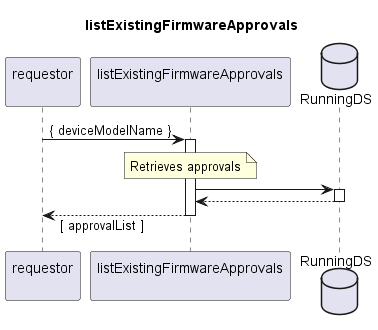
This is spec/Services/listExistingFirmwareApprovals/1.0.0/listExistingFirmwareApprovals.png from openBackhaul/FirmWareManager, a PlantUML export, as it was before one commit.
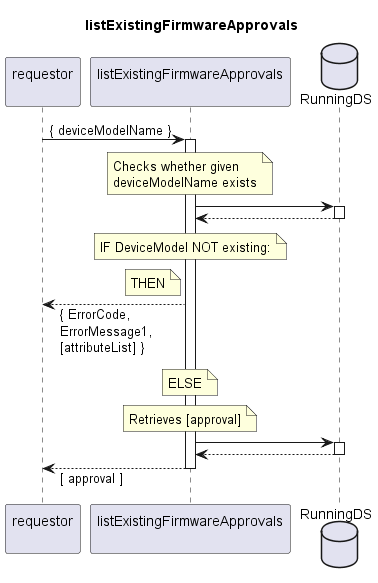
After the change.

Diff of the diagram source:
```diff
@@ -13,14 +13,33 @@
 activate indServ
 
   note over indServ
-    Retrieves approvals
+    Checks whether given
+    deviceModelName exists
+  end note
+  indServ -> RunDS
+  activate RunDS
+  indServ <-- RunDS
+  deactivate RunDS
+  note over indServ
+    IF DeviceModel NOT existing:
+  end note
+  note left indServ
+    THEN
+  end note
+  requestor <-- indServ: { ErrorCode,\nErrorMessage1,\n[attributeList] }
+  note over indServ
+    ELSE
+  end note
+
+  note over indServ
+    Retrieves [approval]
   end note
   indServ -> RunDS
   activate RunDS
   indServ <-- RunDS
   deactivate RunDS
 
-requestor <-- indServ: [ approvalList ]
+requestor <-- indServ: [ approval ]
 deactivate indServ
 
 @enduml
```
